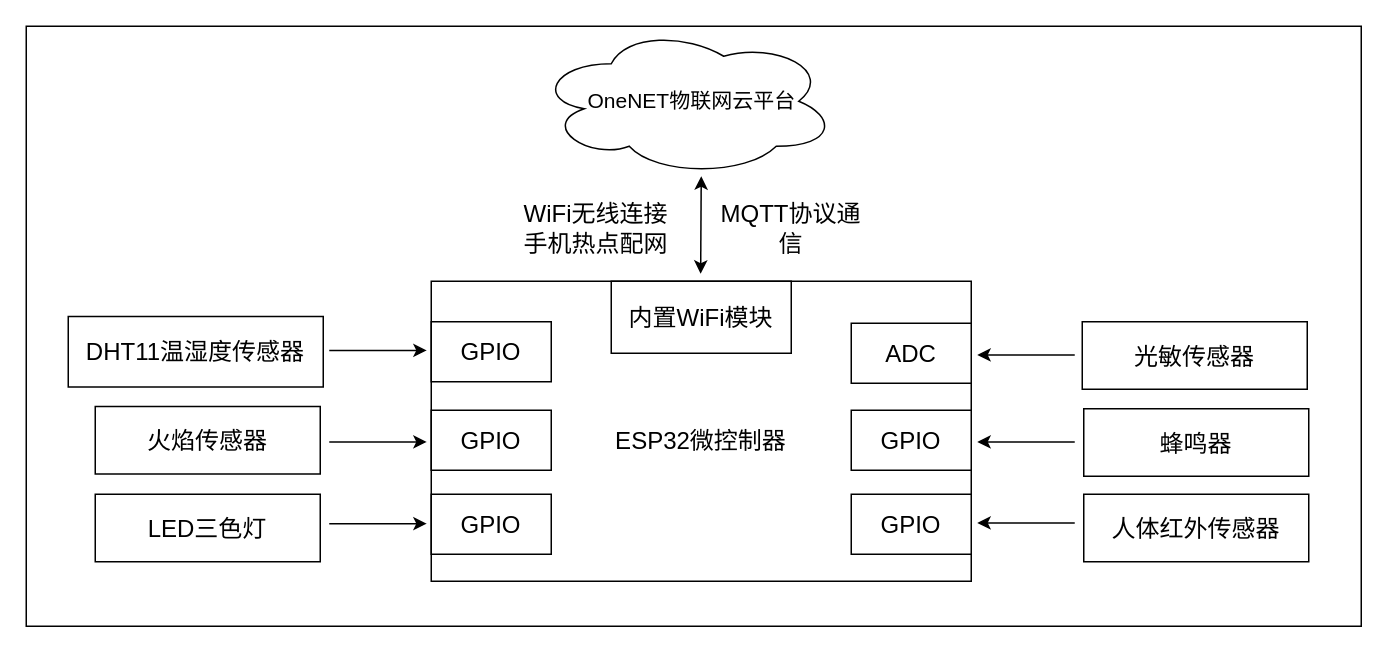
Above: 硬件结构图.drawio in zhangruyi3906/img (draw.io), before the change. Source tidied: cells renumbered, new cells numbered last; positions are measured from the earlier drawing's top-left corner, leaving out a move shared by most shapes. Both pictures are drawn from the tidied source at 150%, with x=0, y=0 at pixel (26, 26).
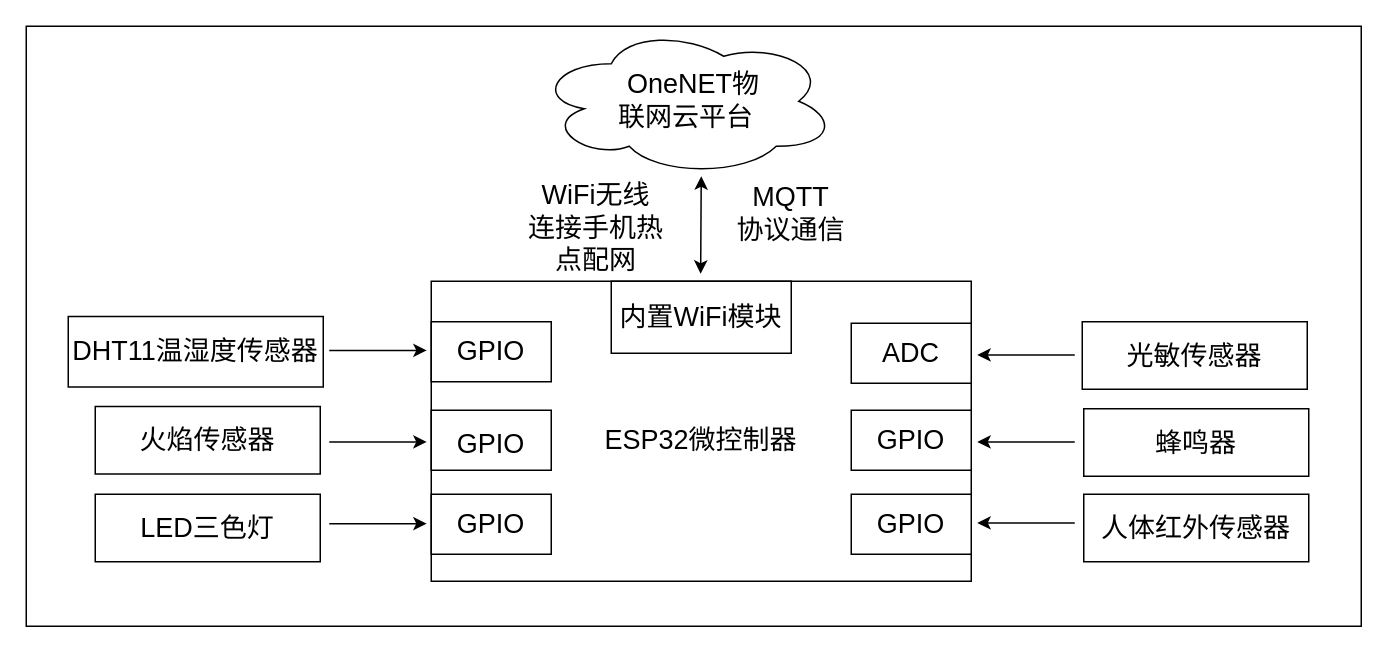
The same page after the edit.

Commit message:
更新硬件结构图.drawio

What changed in the source:
```diff
@@
-    <mxCell id="4" value="&lt;span style=&quot;text-align: start; white-space-collapse: preserve; background-color: rgb(255, 255, 255);&quot;&gt;&lt;font style=&quot;font-size: 16px; color: rgb(0, 0, 0);&quot; face=&quot;Helvetica&quot;&gt;GPIO&lt;/font&gt;&lt;/span&gt;" style="rounded=0;whiteSpace=wrap;html=1;" parent="1" vertex="1">
+    <mxCell id="4" value="&lt;span style=&quot;text-align: start; white-space-collapse: preserve; background-color: rgb(255, 255, 255);&quot;&gt;&lt;font style=&quot;color: rgb(0, 0, 0); font-size: 18px;&quot; face=&quot;Helvetica&quot;&gt;GPIO&lt;/font&gt;&lt;/span&gt;" style="rounded=0;whiteSpace=wrap;html=1;" parent="1" vertex="1">
       <mxGeometry x="270" y="197" width="80" height="40" as="geometry" />
     </mxCell>
-    <mxCell id="5" value="&lt;div&gt;&lt;br&gt;&lt;/div&gt;&lt;span style=&quot;color: rgb(0, 0, 0); font-family: Helvetica; font-size: 16px; font-style: normal; font-variant-ligatures: normal; font-variant-caps: normal; font-weight: 400; letter-spacing: normal; orphans: 2; text-align: start; text-indent: 0px; text-transform: none; widows: 2; word-spacing: 0px; -webkit-text-stroke-width: 0px; white-space: pre-wrap; background-color: rgb(255, 255, 255); text-decoration-thickness: initial; text-decoration-style: initial; text-decoration-color: initial; float: none; display: inline !important;&quot;&gt;GPIO&lt;/span&gt;&lt;div&gt;&lt;br&gt;&lt;/div&gt;" style="rounded=0;whiteSpace=wrap;html=1;" parent="1" vertex="1">
+    <mxCell id="5" value="&lt;div&gt;&lt;font style=&quot;font-size: 18px;&quot;&gt;&lt;br&gt;&lt;/font&gt;&lt;/div&gt;&lt;span style=&quot;color: rgb(0, 0, 0); font-family: Helvetica; font-style: normal; font-variant-ligatures: normal; font-variant-caps: normal; font-weight: 400; letter-spacing: normal; orphans: 2; text-align: start; text-indent: 0px; text-transform: none; widows: 2; word-spacing: 0px; -webkit-text-stroke-width: 0px; white-space: pre-wrap; background-color: rgb(255, 255, 255); text-decoration-thickness: initial; text-decoration-style: initial; text-decoration-color: initial; float: none; display: inline !important;&quot;&gt;&lt;font style=&quot;font-size: 18px;&quot;&gt;GPIO&lt;/font&gt;&lt;/span&gt;&lt;div&gt;&lt;br&gt;&lt;/div&gt;" style="rounded=0;whiteSpace=wrap;html=1;" parent="1" vertex="1">
       <mxGeometry x="270" y="256" width="80" height="40" as="geometry" />
     </mxCell>
-    <mxCell id="6" value="&lt;span style=&quot;font-size: 16px; text-align: start; white-space-collapse: preserve; background-color: rgb(255, 255, 255);&quot;&gt;GPIO&lt;/span&gt;" style="rounded=0;whiteSpace=wrap;html=1;" parent="1" vertex="1">
+    <mxCell id="6" value="&lt;span style=&quot;text-align: start; white-space-collapse: preserve; background-color: rgb(255, 255, 255);&quot;&gt;&lt;font style=&quot;font-size: 18px;&quot;&gt;GPIO&lt;/font&gt;&lt;/span&gt;" style="rounded=0;whiteSpace=wrap;html=1;" parent="1" vertex="1">
       <mxGeometry x="270" y="312" width="80" height="40" as="geometry" />
     </mxCell>
-    <mxCell id="7" value="&lt;span style=&quot;text-align: start; white-space-collapse: preserve; background-color: rgb(255, 255, 255);&quot;&gt;&lt;font face=&quot;Helvetica&quot; style=&quot;font-size: 16px; color: rgb(0, 0, 0);&quot;&gt;ADC&lt;/font&gt;&lt;/span&gt;" style="rounded=0;whiteSpace=wrap;html=1;" parent="1" vertex="1">
+    <mxCell id="7" value="&lt;span style=&quot;text-align: start; white-space-collapse: preserve; background-color: rgb(255, 255, 255);&quot;&gt;&lt;font face=&quot;Helvetica&quot; style=&quot;color: rgb(0, 0, 0); font-size: 18px;&quot;&gt;ADC&lt;/font&gt;&lt;/span&gt;" style="rounded=0;whiteSpace=wrap;html=1;" parent="1" vertex="1">
       <mxGeometry x="550" y="198" width="80" height="40" as="geometry" />
     </mxCell>
-    <mxCell id="8" value="&lt;span style=&quot;font-size: 16px; text-align: start; white-space-collapse: preserve; background-color: rgb(255, 255, 255);&quot;&gt;GPIO&lt;/span&gt;" style="rounded=0;whiteSpace=wrap;html=1;" parent="1" vertex="1">
+    <mxCell id="8" value="&lt;span style=&quot;text-align: start; white-space-collapse: preserve; background-color: rgb(255, 255, 255);&quot;&gt;&lt;font style=&quot;font-size: 18px;&quot;&gt;GPIO&lt;/font&gt;&lt;/span&gt;" style="rounded=0;whiteSpace=wrap;html=1;" parent="1" vertex="1">
       <mxGeometry x="550" y="256" width="80" height="40" as="geometry" />
     </mxCell>
-    <mxCell id="9" value="&lt;span style=&quot;font-size: 16px; text-align: start; white-space-collapse: preserve; background-color: rgb(255, 255, 255);&quot;&gt;GPIO&lt;/span&gt;" style="rounded=0;whiteSpace=wrap;html=1;" parent="1" vertex="1">
+    <mxCell id="9" value="&lt;span style=&quot;text-align: start; white-space-collapse: preserve; background-color: rgb(255, 255, 255);&quot;&gt;&lt;font style=&quot;font-size: 18px;&quot;&gt;GPIO&lt;/font&gt;&lt;/span&gt;" style="rounded=0;whiteSpace=wrap;html=1;" parent="1" vertex="1">
       <mxGeometry x="550" y="312" width="80" height="40" as="geometry" />
     </mxCell>
-    <mxCell id="10" value="&lt;font style=&quot;font-size: 16px;&quot;&gt;&lt;font face=&quot;Helvetica&quot;&gt;DHT11&lt;/font&gt;&lt;font style=&quot;&quot;&gt;温湿度传感器&lt;/font&gt;&lt;/font&gt;" style="rounded=0;whiteSpace=wrap;html=1;" parent="1" vertex="1">
+    <mxCell id="10" value="&lt;font style=&quot;&quot;&gt;&lt;font style=&quot;font-size: 18px;&quot;&gt;DHT11温湿度传感器&lt;/font&gt;&lt;/font&gt;" style="rounded=0;whiteSpace=wrap;html=1;" parent="1" vertex="1">
       <mxGeometry x="28" y="193.5" width="170" height="47" as="geometry" />
     </mxCell>
-    <mxCell id="11" value="&lt;span style=&quot;font-size: 16px;&quot;&gt;&lt;font face=&quot;Helvetica&quot;&gt;火焰传感器&lt;/font&gt;&lt;/span&gt;" style="rounded=0;whiteSpace=wrap;html=1;" parent="1" vertex="1">
+    <mxCell id="11" value="&lt;font style=&quot;font-size: 18px;&quot; face=&quot;Helvetica&quot;&gt;火焰传感器&lt;/font&gt;" style="rounded=0;whiteSpace=wrap;html=1;" parent="1" vertex="1">
       <mxGeometry x="46" y="253.5" width="150" height="45" as="geometry" />
     </mxCell>
-    <mxCell id="12" value="&lt;font face=&quot;Helvetica&quot; style=&quot;font-size: 16px;&quot;&gt;LED三色灯&lt;/font&gt;" style="rounded=0;whiteSpace=wrap;html=1;" parent="1" vertex="1">
+    <mxCell id="12" value="&lt;font face=&quot;Helvetica&quot; style=&quot;font-size: 18px;&quot;&gt;LED三色灯&lt;/font&gt;" style="rounded=0;whiteSpace=wrap;html=1;" parent="1" vertex="1">
       <mxGeometry x="46" y="312" width="150" height="45" as="geometry" />
     </mxCell>
-    <mxCell id="13" value="&lt;span style=&quot;font-size: 16px;&quot;&gt;&lt;font face=&quot;Helvetica&quot;&gt;光敏传感器&lt;/font&gt;&lt;/span&gt;" style="rounded=0;whiteSpace=wrap;html=1;" parent="1" vertex="1">
+    <mxCell id="13" value="&lt;font style=&quot;font-size: 18px;&quot; face=&quot;Helvetica&quot;&gt;光敏传感器&lt;/font&gt;" style="rounded=0;whiteSpace=wrap;html=1;" parent="1" vertex="1">
       <mxGeometry x="704" y="197" width="150" height="45" as="geometry" />
     </mxCell>
-    <mxCell id="14" value="&lt;span style=&quot;font-size: 16px;&quot;&gt;&lt;font face=&quot;Helvetica&quot;&gt;蜂鸣器&lt;/font&gt;&lt;/span&gt;" style="rounded=0;whiteSpace=wrap;html=1;" parent="1" vertex="1">
+    <mxCell id="14" value="&lt;font style=&quot;font-size: 18px;&quot; face=&quot;Helvetica&quot;&gt;蜂鸣器&lt;/font&gt;" style="rounded=0;whiteSpace=wrap;html=1;" parent="1" vertex="1">
       <mxGeometry x="705" y="255" width="150" height="45" as="geometry" />
     </mxCell>
-    <mxCell id="15" value="&lt;span style=&quot;font-size: 16px;&quot;&gt;&lt;font face=&quot;Helvetica&quot;&gt;人体红外传感器&lt;/font&gt;&lt;/span&gt;" style="rounded=0;whiteSpace=wrap;html=1;" parent="1" vertex="1">
+    <mxCell id="15" value="&lt;font style=&quot;font-size: 18px;&quot; face=&quot;Helvetica&quot;&gt;人体红外传感器&lt;/font&gt;" style="rounded=0;whiteSpace=wrap;html=1;" parent="1" vertex="1">
       <mxGeometry x="705" y="312" width="150" height="45" as="geometry" />
     </mxCell>
-    <mxCell id="16" value="&lt;font style=&quot;font-size: 16px;&quot;&gt;内置WiFi模块&lt;/font&gt;" style="rounded=0;whiteSpace=wrap;html=1;" parent="1" vertex="1">
+    <mxCell id="16" value="&lt;font style=&quot;font-size: 18px;&quot;&gt;内置WiFi模块&lt;/font&gt;" style="rounded=0;whiteSpace=wrap;html=1;" parent="1" vertex="1">
       <mxGeometry x="390" y="170" width="120" height="48" as="geometry" />
     </mxCell>
-    <mxCell id="17" value="&lt;span style=&quot;font-size: 16px;&quot;&gt;ESP32微控制器&lt;/span&gt;" style="text;html=1;align=center;verticalAlign=middle;whiteSpace=wrap;rounded=0;" parent="1" vertex="1">
-      <mxGeometry x="390" y="261" width="120" height="30" as="geometry" />
+    <mxCell id="17" value="&lt;font style=&quot;font-size: 18px;&quot;&gt;ESP32微控制器&lt;/font&gt;" style="text;html=1;align=center;verticalAlign=middle;whiteSpace=wrap;rounded=0;" parent="1" vertex="1">
+      <mxGeometry x="380" y="261" width="140" height="30" as="geometry" />
     </mxCell>
@@
-    <mxCell id="25" value="&lt;font style=&quot;font-size: 16px;&quot;&gt;WiFi无线连接手机热点配网&lt;/font&gt;" style="text;html=1;align=center;verticalAlign=middle;whiteSpace=wrap;rounded=0;" parent="1" vertex="1">
+    <mxCell id="25" value="&lt;font style=&quot;font-size: 18px;&quot;&gt;WiFi无线&lt;/font&gt;&lt;div&gt;&lt;font style=&quot;font-size: 18px;&quot;&gt;连接手机热&lt;/font&gt;&lt;div&gt;&lt;font style=&quot;font-size: 18px;&quot;&gt;点配网&lt;/font&gt;&lt;/div&gt;&lt;/div&gt;" style="text;html=1;align=center;verticalAlign=middle;whiteSpace=wrap;rounded=0;" parent="1" vertex="1">
       <mxGeometry x="330" y="120" width="100" height="30" as="geometry" />
     </mxCell>
-    <mxCell id="26" value="&lt;font style=&quot;font-size: 16px;&quot;&gt;MQTT协议通信&lt;/font&gt;" style="text;html=1;align=center;verticalAlign=middle;whiteSpace=wrap;rounded=0;" parent="1" vertex="1">
-      <mxGeometry x="460" y="120" width="100" height="30" as="geometry" />
+    <mxCell id="26" value="&lt;font style=&quot;font-size: 18px;&quot;&gt;MQTT&lt;/font&gt;&lt;div&gt;&lt;font style=&quot;font-size: 18px;&quot;&gt;协议通信&lt;/font&gt;&lt;/div&gt;" style="text;html=1;align=center;verticalAlign=middle;whiteSpace=wrap;rounded=0;" parent="1" vertex="1">
+      <mxGeometry x="460" y="110" width="100" height="30" as="geometry" />
     </mxCell>
-    <mxCell id="27" value="&lt;font style=&quot;font-size: 14px;&quot;&gt;&amp;nbsp; OneNET物联网云平台&lt;/font&gt;" style="ellipse;shape=cloud;whiteSpace=wrap;html=1;" parent="1" vertex="1">
+    <mxCell id="27" value="&lt;font style=&quot;font-size: 18px;&quot;&gt;&amp;nbsp; OneNET物&lt;/font&gt;&lt;div&gt;&lt;font style=&quot;font-size: 18px;&quot;&gt;联网云平台&lt;/font&gt;&lt;/div&gt;" style="ellipse;shape=cloud;whiteSpace=wrap;html=1;" parent="1" vertex="1">
       <mxGeometry x="340" width="200" height="100" as="geometry" />
     </mxCell>
```
